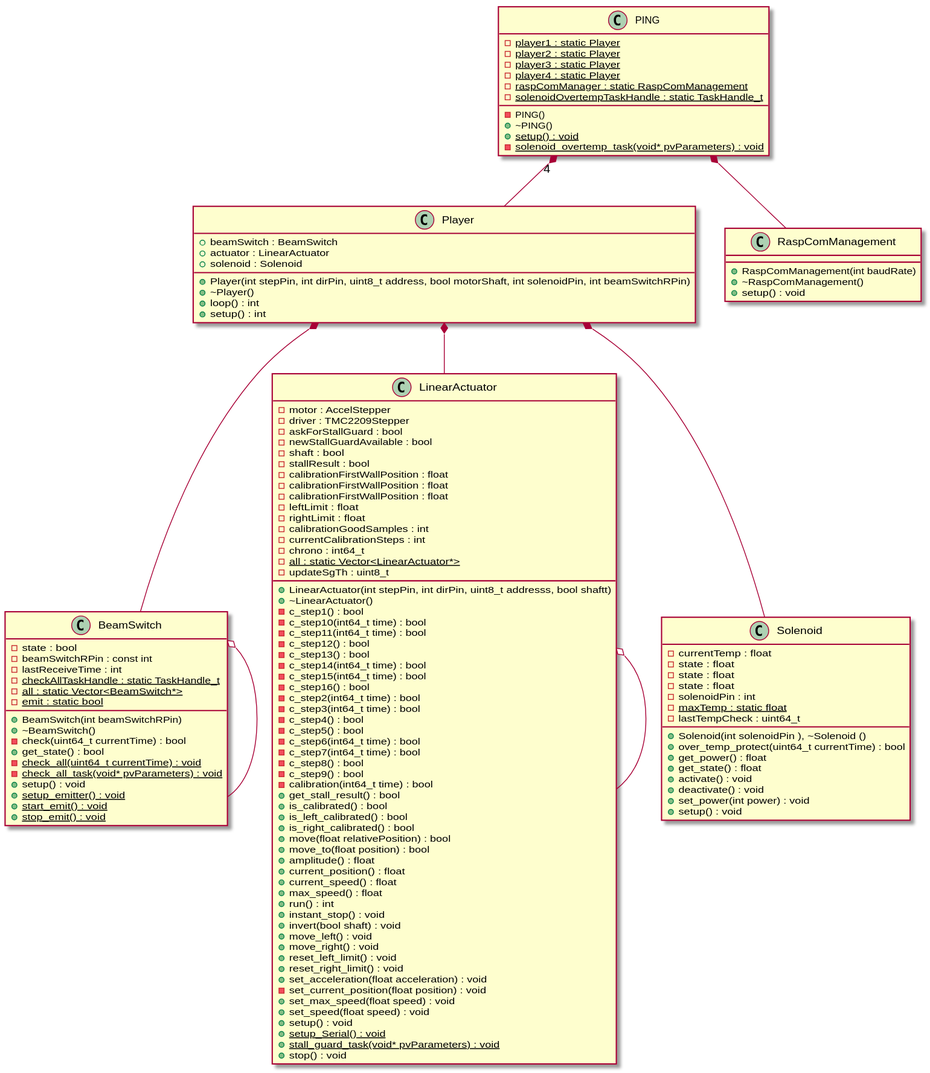
Above: docs/esp32.svg in 2PING2/PING2 (PlantUML), before the change.
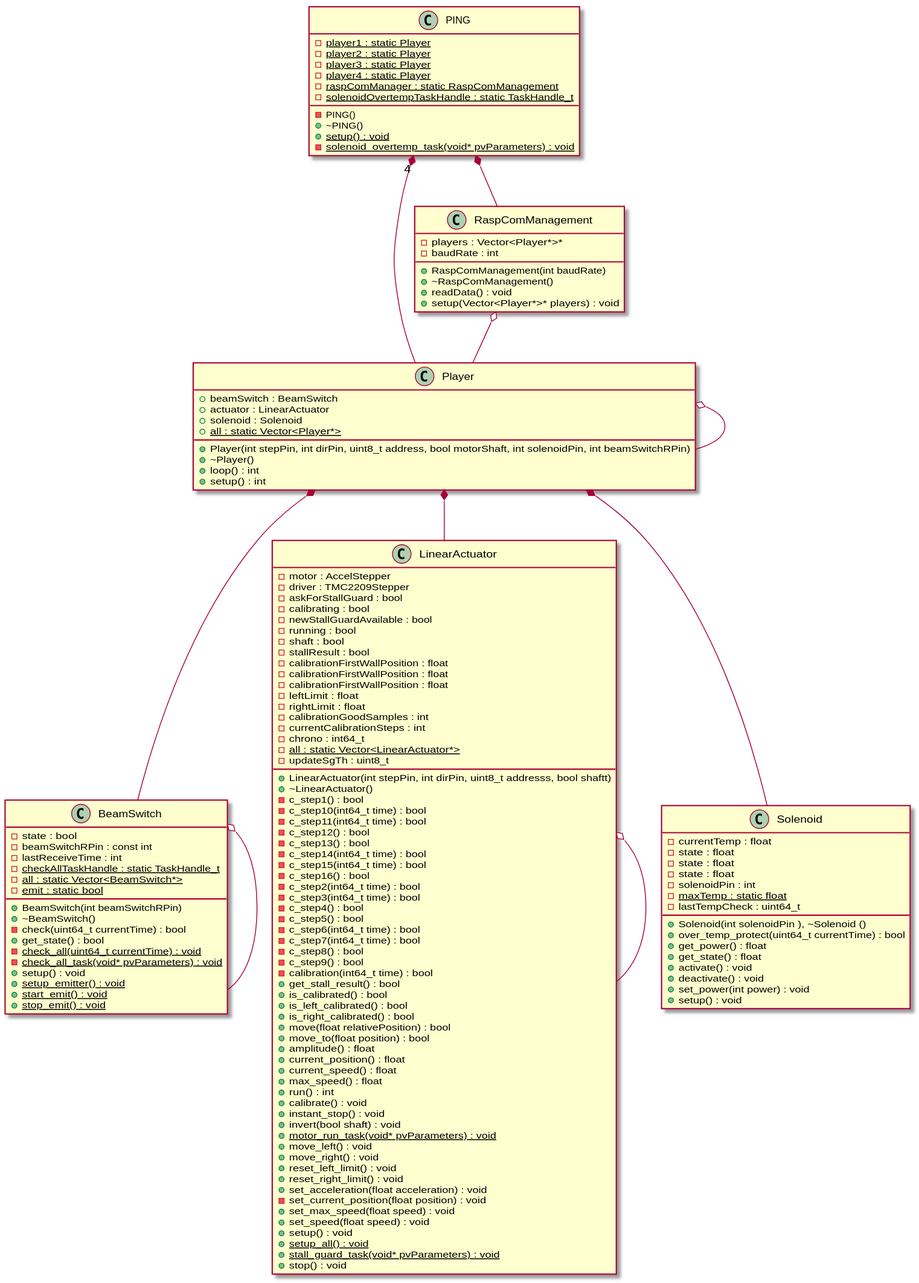
The same file after the commit.

Commit message:
Updated UML diagram

Diff of the diagram source:
```diff
@@ -47,6 +47,7 @@
 	-c_step7(int64_t time) : bool
 	-c_step8() : bool
 	-c_step9() : bool
+	-calibrating : bool
 	-calibration(int64_t time) : bool
 	+get_stall_result() : bool
 	+is_calibrated() : bool
@@ -55,6 +56,7 @@
 	+move(float relativePosition) : bool
 	+move_to(float position) : bool
 	-newStallGuardAvailable : bool
+	-running : bool
 	-shaft : bool
 	-stallResult : bool
 	+amplitude() : float
@@ -72,8 +74,10 @@
 	-chrono : int64_t
 	-{static} all : static Vector<LinearActuator*>
 	-updateSgTh : uint8_t
+	+calibrate() : void
 	+instant_stop() : void
 	+invert(bool shaft) : void
+	+{static} motor_run_task(void* pvParameters) : void
 	+move_left() : void
 	+move_right() : void
 	+reset_left_limit() : void
@@ -83,7 +87,7 @@
 	+set_max_speed(float speed) : void
 	+set_speed(float speed) : void
 	+setup() : void
-	+{static} setup_Serial() : void
+	+{static} setup_all() : void
 	+{static} stall_guard_task(void* pvParameters) : void
 	+stop() : void
 }
@@ -111,13 +115,17 @@
 	+solenoid : Solenoid
 	+loop() : int
 	+setup() : int
+	+{static} all : static Vector<Player*>
 }
 
 
 class RaspComManagement {
 	+RaspComManagement(int baudRate)
 	+~RaspComManagement()
-	+setup() : void
+	-players : Vector<Player*>*
+	-baudRate : int
+	+readData() : void
+	+setup(Vector<Player*>* players) : void
 }
 
 
@@ -166,7 +174,13 @@
 Player *-- LinearActuator
 
 
+Player o-- Player
+
+
 Player *-- Solenoid
+
+
+RaspComManagement o-- Player
 
 
 
```
